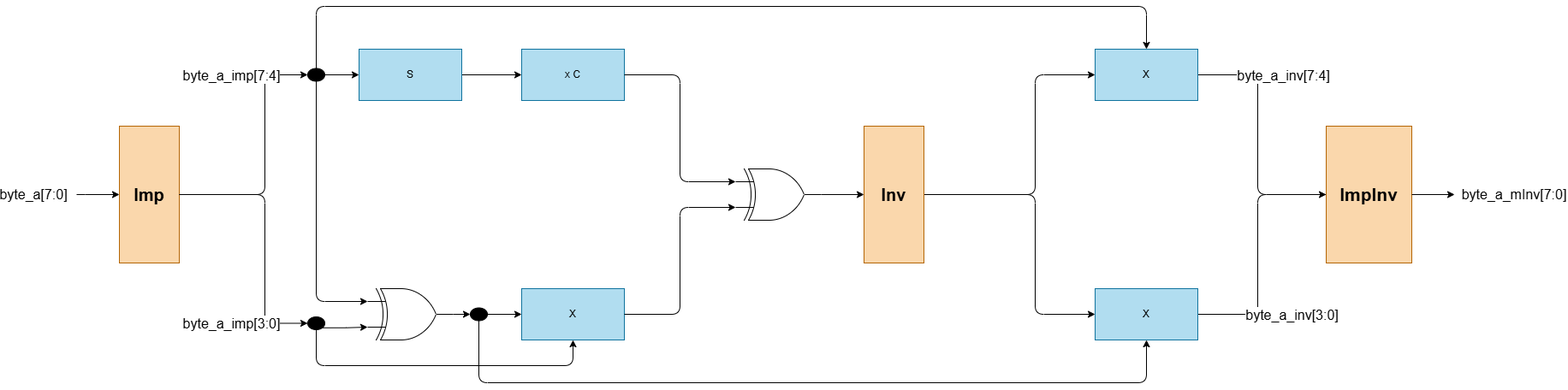
The draw.io diagram media/NghichDaoNhanGF28.png in LQLManZz/AES128-Verilog, before a commit. Source tidied: cells renumbered, new cells last; positions are measured from the earlier drawing's top-left corner, leaving out a move shared by most shapes. The source it was exported from:
```xml
<mxGraphModel>
  <root>
    <mxCell id="0" />
    <mxCell id="1" parent="0" />
    <mxCell id="2" style="edgeStyle=orthogonalEdgeStyle;rounded=1;jettySize=auto;html=1;exitX=1;exitY=0.5;exitDx=0;exitDy=0;entryX=0;entryY=0.5;entryDx=0;entryDy=0;curved=0;" parent="1" edge="1" source="29" target="5">
      <mxGeometry relative="1" as="geometry" />
    </mxCell>
    <mxCell id="3" value="&lt;font style=&quot;font-size: 20px;&quot;&gt;&lt;b&gt;Imp&lt;/b&gt;&lt;/font&gt;" style="rounded=0;whiteSpace=wrap;html=1;fillColor=#fad7ac;strokeColor=#b46504;" parent="1" vertex="1">
      <mxGeometry x="130" y="140" width="70" height="160" as="geometry" />
    </mxCell>
    <mxCell id="4" style="edgeStyle=orthogonalEdgeStyle;rounded=0;jettySize=auto;html=1;exitX=1;exitY=0.5;exitDx=0;exitDy=0;entryX=0;entryY=0.5;entryDx=0;entryDy=0;" parent="1" edge="1" source="5" target="8">
      <mxGeometry relative="1" as="geometry" />
    </mxCell>
    <mxCell id="5" value="S" style="rounded=0;whiteSpace=wrap;html=1;fillColor=#b1ddf0;strokeColor=#10739e;" parent="1" vertex="1">
      <mxGeometry x="410" y="50" width="120" height="60" as="geometry" />
    </mxCell>
    <mxCell id="6" style="edgeStyle=orthogonalEdgeStyle;rounded=0;jettySize=auto;html=1;exitX=1;exitY=0.5;exitDx=0;exitDy=0;exitPerimeter=0;entryX=0;entryY=0.5;entryDx=0;entryDy=0;" parent="1" edge="1" source="38" target="20">
      <mxGeometry relative="1" as="geometry" />
    </mxCell>
    <mxCell id="7" style="verticalLabelPosition=bottom;shadow=0;dashed=0;align=center;html=1;verticalAlign=top;shape=mxgraph.electrical.logic_gates.logic_gate;operation=xor;" parent="1" vertex="1">
      <mxGeometry x="420" y="330" width="100" height="60" as="geometry" />
    </mxCell>
    <mxCell id="8" value="x C" style="rounded=0;whiteSpace=wrap;html=1;fillColor=#b1ddf0;strokeColor=#10739e;" parent="1" vertex="1">
      <mxGeometry x="600" y="50" width="120" height="60" as="geometry" />
    </mxCell>
    <mxCell id="9" style="edgeStyle=orthogonalEdgeStyle;rounded=0;jettySize=auto;html=1;exitX=1;exitY=0.5;exitDx=0;exitDy=0;exitPerimeter=0;entryX=0;entryY=0.5;entryDx=0;entryDy=0;" parent="1" edge="1" source="10" target="13">
      <mxGeometry relative="1" as="geometry" />
    </mxCell>
    <mxCell id="10" style="verticalLabelPosition=bottom;shadow=0;dashed=0;align=center;html=1;verticalAlign=top;shape=mxgraph.electrical.logic_gates.logic_gate;operation=xor;" parent="1" vertex="1">
      <mxGeometry x="850" y="190" width="100" height="60" as="geometry" />
    </mxCell>
    <mxCell id="11" style="edgeStyle=orthogonalEdgeStyle;rounded=1;jettySize=auto;html=1;exitX=1;exitY=0.5;exitDx=0;exitDy=0;entryX=0;entryY=0.5;entryDx=0;entryDy=0;curved=0;" parent="1" edge="1" source="13" target="16">
      <mxGeometry relative="1" as="geometry">
        <Array as="points">
          <mxPoint x="1200" y="220" />
          <mxPoint x="1200" y="80" />
        </Array>
      </mxGeometry>
    </mxCell>
    <mxCell id="12" style="edgeStyle=orthogonalEdgeStyle;rounded=1;jettySize=auto;html=1;exitX=1;exitY=0.5;exitDx=0;exitDy=0;entryX=0;entryY=0.5;entryDx=0;entryDy=0;curved=0;" parent="1" edge="1" source="13" target="19">
      <mxGeometry relative="1" as="geometry">
        <Array as="points">
          <mxPoint x="1200" y="220" />
          <mxPoint x="1200" y="360" />
        </Array>
      </mxGeometry>
    </mxCell>
    <mxCell id="13" value="&lt;font style=&quot;font-size: 20px;&quot;&gt;&lt;b&gt;Inv&lt;/b&gt;&lt;/font&gt;" style="rounded=0;whiteSpace=wrap;html=1;fillColor=#fad7ac;strokeColor=#b46504;" parent="1" vertex="1">
      <mxGeometry x="1000" y="140" width="70" height="160" as="geometry" />
    </mxCell>
    <mxCell id="14" style="edgeStyle=orthogonalEdgeStyle;rounded=1;jettySize=auto;html=1;exitX=1;exitY=0.5;exitDx=0;exitDy=0;entryX=0;entryY=0.5;entryDx=0;entryDy=0;curved=0;" parent="1" edge="1" source="16" target="21">
      <mxGeometry relative="1" as="geometry">
        <Array as="points">
          <mxPoint x="1460" y="80" />
          <mxPoint x="1460" y="220" />
        </Array>
      </mxGeometry>
    </mxCell>
    <mxCell id="15" value="&lt;font style=&quot;font-size: 16px;&quot;&gt;byte_a_inv&lt;/font&gt;&lt;span style=&quot;font-size: 16px; background-color: light-dark(#ffffff, var(--ge-dark-color, #191919)); color: light-dark(rgb(0, 0, 0), rgb(255, 255, 255));&quot;&gt;[7:4]&lt;/span&gt;" style="edgeLabel;html=1;align=center;verticalAlign=middle;" parent="14" vertex="1">
      <mxGeometry x="-0.65" relative="1" as="geometry">
        <mxPoint x="48" as="offset" />
      </mxGeometry>
    </mxCell>
    <mxCell id="16" value="X" style="rounded=0;whiteSpace=wrap;html=1;fillColor=#b1ddf0;strokeColor=#10739e;" parent="1" vertex="1">
      <mxGeometry x="1270" y="50" width="120" height="60" as="geometry" />
    </mxCell>
    <mxCell id="17" style="edgeStyle=orthogonalEdgeStyle;rounded=1;jettySize=auto;html=1;exitX=1;exitY=0.5;exitDx=0;exitDy=0;curved=0;" parent="1" edge="1" source="19">
      <mxGeometry relative="1" as="geometry">
        <mxPoint x="1550" y="220" as="targetPoint" />
        <Array as="points">
          <mxPoint x="1460" y="360" />
          <mxPoint x="1460" y="220" />
        </Array>
      </mxGeometry>
    </mxCell>
    <mxCell id="18" value="&lt;span style=&quot;font-size: 16px;&quot;&gt;byte_a_inv[3:0]&lt;/span&gt;" style="edgeLabel;html=1;align=center;verticalAlign=middle;" parent="17" vertex="1">
      <mxGeometry x="-0.61" relative="1" as="geometry">
        <mxPoint x="51" as="offset" />
      </mxGeometry>
    </mxCell>
    <mxCell id="19" value="X" style="rounded=0;whiteSpace=wrap;html=1;fillColor=#b1ddf0;strokeColor=#10739e;" parent="1" vertex="1">
      <mxGeometry x="1270" y="330" width="120" height="60" as="geometry" />
    </mxCell>
    <mxCell id="20" value="X" style="rounded=0;whiteSpace=wrap;html=1;fillColor=#b1ddf0;strokeColor=#10739e;" parent="1" vertex="1">
      <mxGeometry x="600" y="330" width="120" height="60" as="geometry" />
    </mxCell>
    <mxCell id="21" value="&lt;font style=&quot;font-size: 21px;&quot;&gt;&lt;b&gt;ImpInv&lt;/b&gt;&lt;/font&gt;" style="rounded=0;whiteSpace=wrap;html=1;fillColor=#fad7ac;strokeColor=#b46504;" parent="1" vertex="1">
      <mxGeometry x="1540" y="140" width="100" height="160" as="geometry" />
    </mxCell>
    <mxCell id="22" style="endArrow=classic;html=1;rounded=0;exitX=1;exitY=0.5;exitDx=0;exitDy=0;" parent="1" edge="1" source="21">
      <mxGeometry relative="1" as="geometry">
        <mxPoint x="1690" y="220" as="targetPoint" />
      </mxGeometry>
    </mxCell>
    <mxCell id="23" style="edgeStyle=orthogonalEdgeStyle;rounded=1;jettySize=auto;html=1;exitX=1;exitY=0.5;exitDx=0;exitDy=0;entryX=0;entryY=0.25;entryDx=0;entryDy=0;entryPerimeter=0;curved=0;" parent="1" edge="1" source="8" target="10">
      <mxGeometry relative="1" as="geometry" />
    </mxCell>
    <mxCell id="24" style="edgeStyle=orthogonalEdgeStyle;rounded=1;jettySize=auto;html=1;exitX=1;exitY=0.5;exitDx=0;exitDy=0;entryX=0;entryY=0.75;entryDx=0;entryDy=0;entryPerimeter=0;curved=0;" parent="1" edge="1" source="20" target="10">
      <mxGeometry relative="1" as="geometry" />
    </mxCell>
    <mxCell id="25" style="endArrow=classic;html=1;rounded=0;entryX=0;entryY=0.5;entryDx=0;entryDy=0;" parent="1" edge="1" target="3">
      <mxGeometry relative="1" as="geometry">
        <mxPoint x="80" y="220" as="sourcePoint" />
        <Array as="points">
          <mxPoint x="90" y="220" />
        </Array>
      </mxGeometry>
    </mxCell>
    <mxCell id="26" style="edgeStyle=orthogonalEdgeStyle;rounded=1;jettySize=auto;html=1;exitX=1;exitY=0.5;exitDx=0;exitDy=0;entryX=0;entryY=0.5;entryDx=0;entryDy=0;curved=0;" parent="1" edge="1" source="3" target="29">
      <mxGeometry relative="1" as="geometry">
        <Array as="points">
          <mxPoint x="300" y="220" />
        </Array>
      </mxGeometry>
    </mxCell>
    <mxCell id="27" value="&lt;span style=&quot;font-size: 16px;&quot;&gt;byte_a_imp[7:4]&lt;/span&gt;" style="edgeLabel;html=1;align=center;verticalAlign=middle;" parent="26" vertex="1">
      <mxGeometry x="0.79" y="-1" relative="1" as="geometry">
        <mxPoint x="-60" y="-1" as="offset" />
      </mxGeometry>
    </mxCell>
    <mxCell id="28" style="edgeStyle=orthogonalEdgeStyle;rounded=1;jettySize=auto;html=1;exitX=0.5;exitY=0;exitDx=0;exitDy=0;entryX=0.5;entryY=0;entryDx=0;entryDy=0;curved=0;" parent="1" edge="1" source="29" target="16">
      <mxGeometry relative="1" as="geometry">
        <Array as="points">
          <mxPoint x="360" />
          <mxPoint x="1330" />
        </Array>
      </mxGeometry>
    </mxCell>
    <mxCell id="29" style="ellipse;fillColor=strokeColor;html=1;" parent="1" vertex="1">
      <mxGeometry x="350" y="72.5" width="20" height="15" as="geometry" />
    </mxCell>
    <mxCell id="30" style="edgeStyle=orthogonalEdgeStyle;rounded=1;jettySize=auto;html=1;exitX=0.5;exitY=1;exitDx=0;exitDy=0;entryX=0;entryY=0.25;entryDx=0;entryDy=0;entryPerimeter=0;curved=0;" parent="1" edge="1" source="29" target="7">
      <mxGeometry relative="1" as="geometry" />
    </mxCell>
    <mxCell id="31" style="edgeStyle=orthogonalEdgeStyle;rounded=1;jettySize=auto;html=1;exitX=1;exitY=0.5;exitDx=0;exitDy=0;curved=0;entryX=0;entryY=0.5;entryDx=0;entryDy=0;" parent="1" edge="1" source="3" target="34">
      <mxGeometry relative="1" as="geometry">
        <Array as="points">
          <mxPoint x="300" y="220" />
          <mxPoint x="300" y="371" />
        </Array>
      </mxGeometry>
    </mxCell>
    <mxCell id="32" value="&lt;span style=&quot;font-size: 16px;&quot;&gt;byte_a_imp[3:0]&lt;/span&gt;" style="edgeLabel;html=1;align=center;verticalAlign=middle;" parent="31" vertex="1">
      <mxGeometry x="0.8" y="2" relative="1" as="geometry">
        <mxPoint x="-59" y="2" as="offset" />
      </mxGeometry>
    </mxCell>
    <mxCell id="33" style="edgeStyle=orthogonalEdgeStyle;rounded=1;jettySize=auto;html=1;exitX=0.5;exitY=1;exitDx=0;exitDy=0;entryX=0.5;entryY=1;entryDx=0;entryDy=0;curved=0;" parent="1" edge="1" source="34" target="20">
      <mxGeometry relative="1" as="geometry">
        <Array as="points">
          <mxPoint x="360" y="420" />
          <mxPoint x="660" y="420" />
        </Array>
      </mxGeometry>
    </mxCell>
    <mxCell id="34" style="ellipse;fillColor=strokeColor;html=1;" parent="1" vertex="1">
      <mxGeometry x="350" y="363" width="20" height="15" as="geometry" />
    </mxCell>
    <mxCell id="35" style="edgeStyle=orthogonalEdgeStyle;rounded=0;jettySize=auto;html=1;exitX=1;exitY=1;exitDx=0;exitDy=0;entryX=0;entryY=0.75;entryDx=0;entryDy=0;entryPerimeter=0;" parent="1" edge="1" source="34" target="7">
      <mxGeometry relative="1" as="geometry" />
    </mxCell>
    <mxCell id="36" style="edgeStyle=orthogonalEdgeStyle;rounded=0;jettySize=auto;html=1;exitX=1;exitY=0.5;exitDx=0;exitDy=0;exitPerimeter=0;entryX=0;entryY=0.5;entryDx=0;entryDy=0;" parent="1" edge="1" source="7" target="38">
      <mxGeometry relative="1" as="geometry" />
    </mxCell>
    <mxCell id="37" style="edgeStyle=orthogonalEdgeStyle;rounded=1;jettySize=auto;html=1;exitX=0.5;exitY=1;exitDx=0;exitDy=0;entryX=0.5;entryY=1;entryDx=0;entryDy=0;curved=0;" parent="1" edge="1" source="38" target="19">
      <mxGeometry relative="1" as="geometry">
        <Array as="points">
          <mxPoint x="550" y="440" />
          <mxPoint x="1330" y="440" />
        </Array>
      </mxGeometry>
    </mxCell>
    <mxCell id="38" style="ellipse;fillColor=strokeColor;html=1;" parent="1" vertex="1">
      <mxGeometry x="540" y="352.5" width="20" height="15" as="geometry" />
    </mxCell>
    <mxCell id="39" value="&lt;span style=&quot;font-size: 16px; white-space: nowrap;&quot;&gt;byte_a_mInv[7:0]&lt;/span&gt;" style="text;html=1;whiteSpace=wrap;strokeColor=none;fillColor=none;align=center;verticalAlign=middle;rounded=0;" parent="1" vertex="1">
      <mxGeometry x="1730" y="205" width="60" height="30" as="geometry" />
    </mxCell>
    <mxCell id="40" value="&lt;span style=&quot;font-size: 16px; white-space: nowrap;&quot;&gt;byte_a[7:0]&lt;/span&gt;" style="text;html=1;whiteSpace=wrap;strokeColor=none;fillColor=none;align=center;verticalAlign=middle;rounded=0;" parent="1" vertex="1">
      <mxGeometry y="205" width="60" height="30" as="geometry" />
    </mxCell>
  </root>
</mxGraphModel>
```
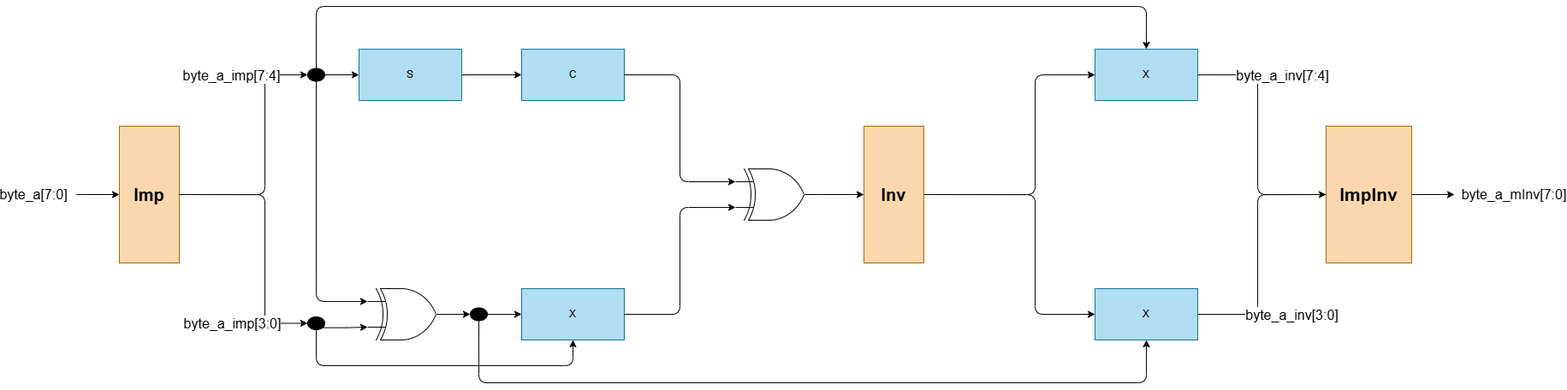
Later version of the same file.

Diff of the diagram source:
```diff
@@ -20,7 +20,7 @@
     <mxCell id="7" style="verticalLabelPosition=bottom;shadow=0;dashed=0;align=center;html=1;verticalAlign=top;shape=mxgraph.electrical.logic_gates.logic_gate;operation=xor;" parent="1" vertex="1">
       <mxGeometry x="420" y="330" width="100" height="60" as="geometry" />
     </mxCell>
-    <mxCell id="8" value="x C" style="rounded=0;whiteSpace=wrap;html=1;fillColor=#b1ddf0;strokeColor=#10739e;" parent="1" vertex="1">
+    <mxCell id="8" value="C" style="rounded=0;whiteSpace=wrap;html=1;fillColor=#b1ddf0;strokeColor=#10739e;" parent="1" vertex="1">
       <mxGeometry x="600" y="50" width="120" height="60" as="geometry" />
     </mxCell>
     <mxCell id="9" style="edgeStyle=orthogonalEdgeStyle;rounded=0;jettySize=auto;html=1;exitX=1;exitY=0.5;exitDx=0;exitDy=0;exitPerimeter=0;entryX=0;entryY=0.5;entryDx=0;entryDy=0;" parent="1" edge="1" source="10" target="13">
```
